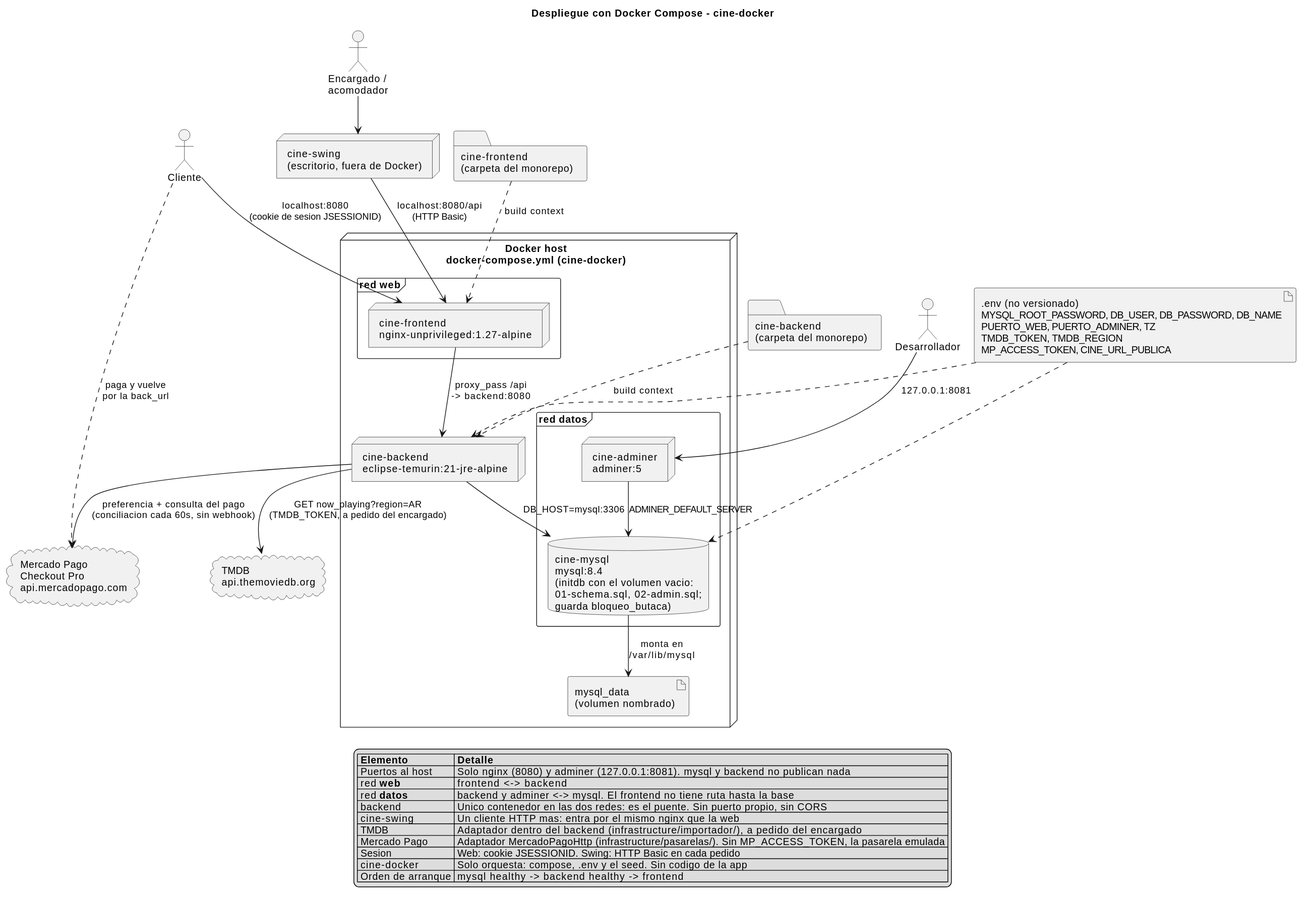
Before: _other/docs/diagramas/docker-despliegue.svg, a diagram exported from PlantUML (andreiveisuade/cine-uade).
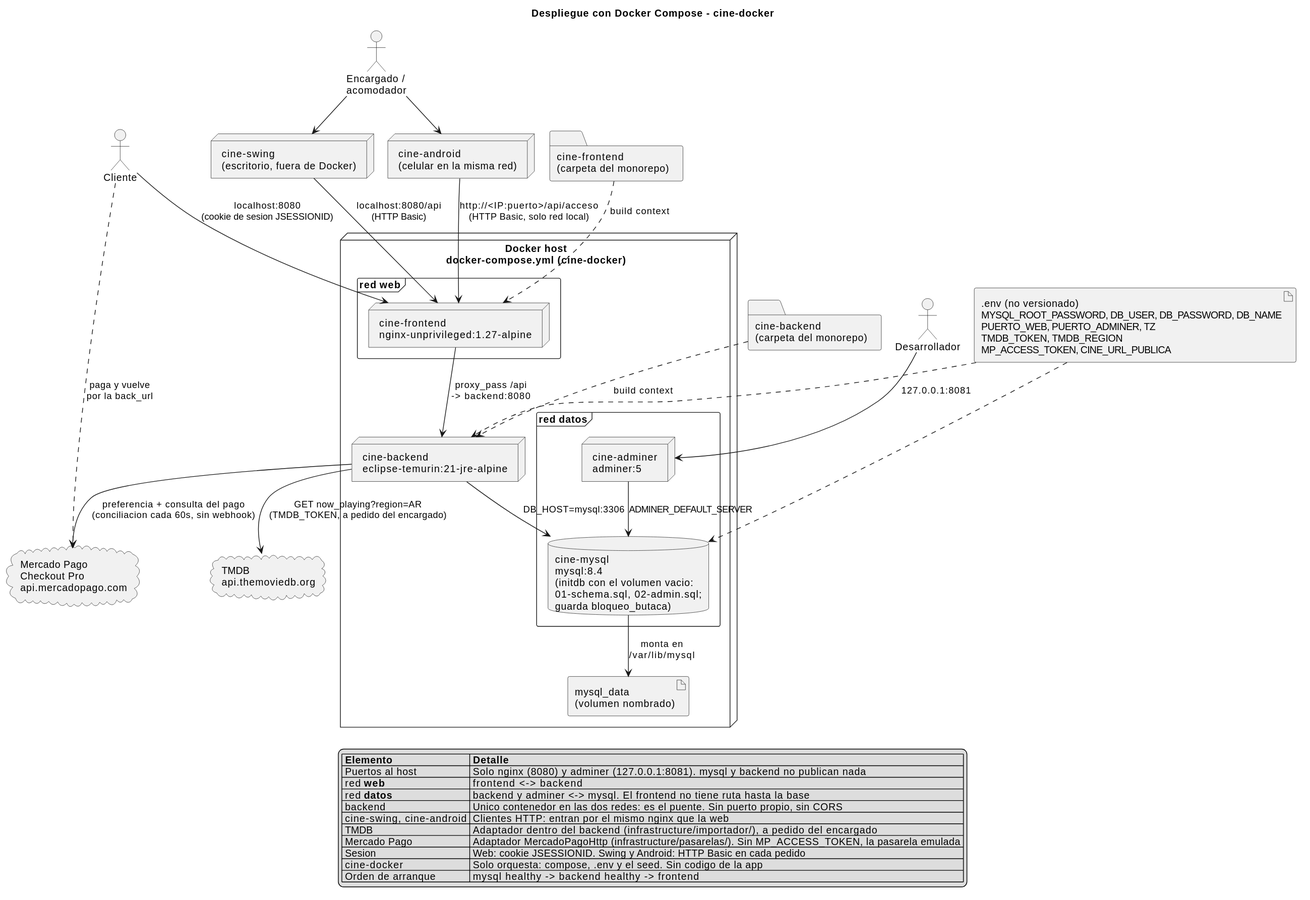
After the change.

Commit message:
docs(diagramas): despliegue con la puerta en android como tercer cliente

The edit, as a diff of the source:
```diff
@@ -7,6 +7,7 @@
 actor "Cliente" as usuario
 actor "Encargado /\nacomodador" as encargado
 node "cine-swing\n(escritorio, fuera de Docker)" as swing
+node "cine-android\n(celular en la misma red)" as android
 
 folder "cine-frontend\n(carpeta del monorepo)" as repoFrontend
 folder "cine-backend\n(carpeta del monorepo)" as repoBackend
@@ -38,6 +39,8 @@
 usuario --> frontend : "localhost:8080\n(cookie de sesion JSESSIONID)"
 encargado --> swing
 swing --> frontend : "localhost:8080/api\n(HTTP Basic)"
+encargado --> android
+android --> frontend : "http://<IP:puerto>/api/acceso\n(HTTP Basic, solo red local)"
 dev --> adminer : "127.0.0.1:8081"
 
 frontend --> backend : proxy_pass /api\n-> backend:8080
@@ -54,10 +57,10 @@
   | red **web** | frontend <-> backend |
   | red **datos** | backend y adminer <-> mysql. El frontend no tiene ruta hasta la base |
   | backend | Unico contenedor en las dos redes: es el puente. Sin puerto propio, sin CORS |
-  | cine-swing | Un cliente HTTP mas: entra por el mismo nginx que la web |
+  | cine-swing, cine-android | Clientes HTTP: entran por el mismo nginx que la web |
   | TMDB | Adaptador dentro del backend (infrastructure/importador/), a pedido del encargado |
   | Mercado Pago | Adaptador MercadoPagoHttp (infrastructure/pasarelas/). Sin MP_ACCESS_TOKEN, la pasarela emulada |
-  | Sesion | Web: cookie JSESSIONID. Swing: HTTP Basic en cada pedido |
+  | Sesion | Web: cookie JSESSIONID. Swing y Android: HTTP Basic en cada pedido |
   | cine-docker | Solo orquesta: compose, .env y el seed. Sin codigo de la app |
   | Orden de arranque | mysql healthy -> backend healthy -> frontend |
 endlegend
```
